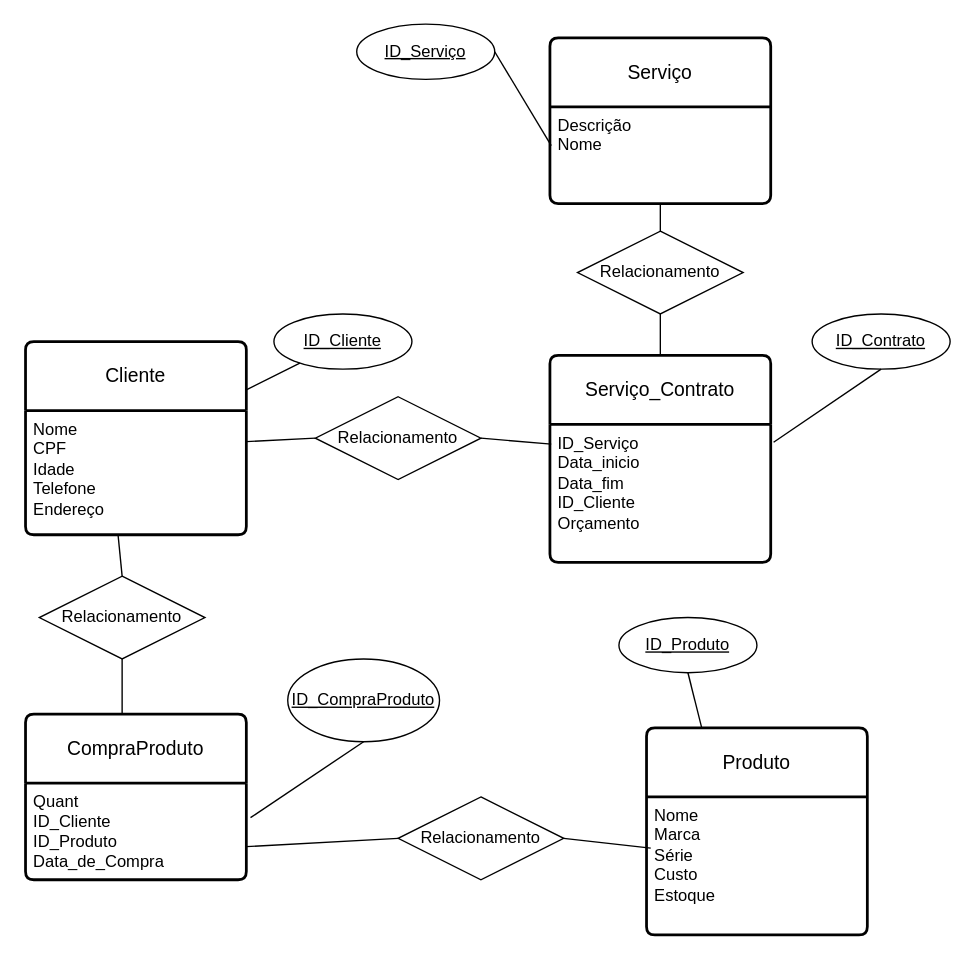
This is Diagramatent1.drawio from Earth5447/Banco-de-dados, a draw.io file, before an edit. Source tidied: cells renumbered, new cells numbered last; positions are measured from the earlier drawing's top-left corner, leaving out a move shared by most shapes. Both pictures are drawn from the tidied source at 138%, with x=0, y=0 at pixel (25, 23).
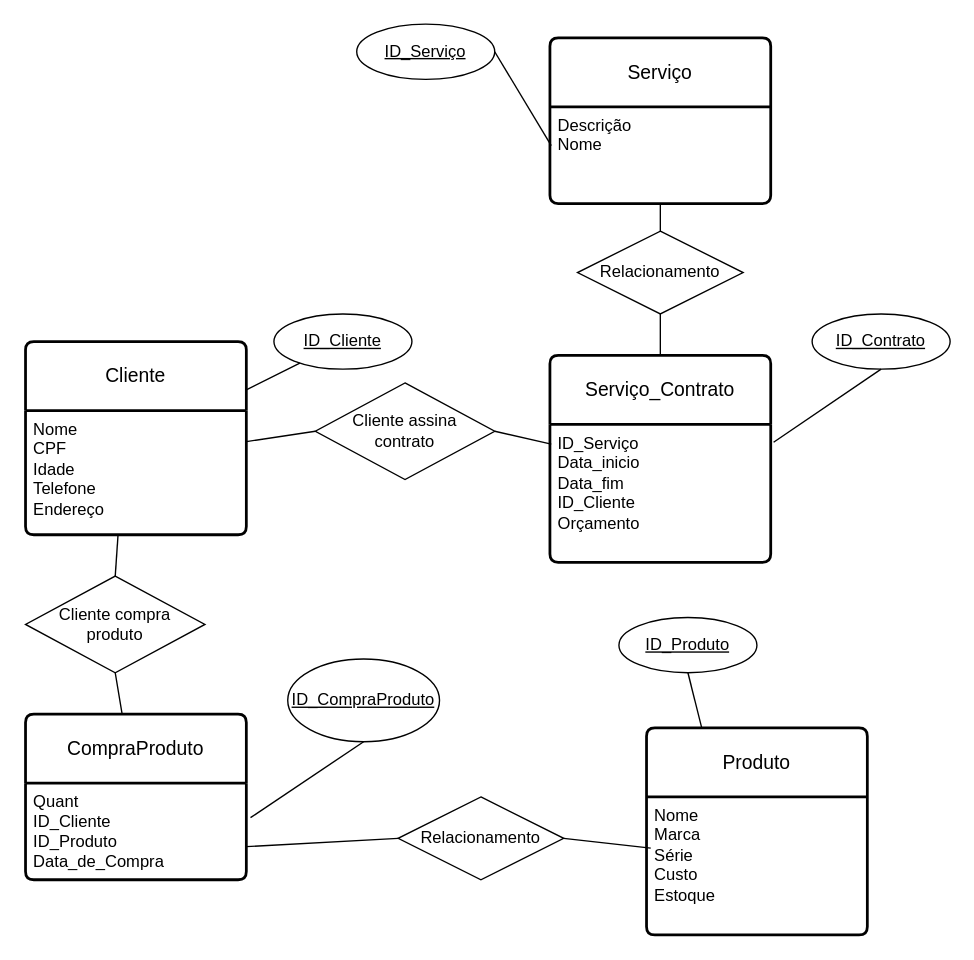
The same diagram, later.

The edit, as a diff of the source:
```diff
@@
-    <mxCell id="6" value="Relacionamento" style="shape=rhombus;perimeter=rhombusPerimeter;whiteSpace=wrap;html=1;align=center;" parent="1" vertex="1">
-      <mxGeometry x="210" y="270" width="120" height="60" as="geometry" />
+    <mxCell id="6" value="Cliente assina&lt;div&gt;contrato&lt;/div&gt;" style="shape=rhombus;perimeter=rhombusPerimeter;whiteSpace=wrap;html=1;align=center;" parent="1" vertex="1">
+      <mxGeometry x="210" y="260" width="130" height="70" as="geometry" />
     </mxCell>
@@
-    <mxCell id="22" value="Relacionamento" style="shape=rhombus;perimeter=rhombusPerimeter;whiteSpace=wrap;html=1;align=center;" parent="1" vertex="1">
-      <mxGeometry x="10" y="400" width="120" height="60" as="geometry" />
+    <mxCell id="22" value="Cliente compra&lt;div&gt;produto&lt;/div&gt;" style="shape=rhombus;perimeter=rhombusPerimeter;whiteSpace=wrap;html=1;align=center;" parent="1" vertex="1">
+      <mxGeometry y="400" width="130" height="70" as="geometry" />
     </mxCell>
```
